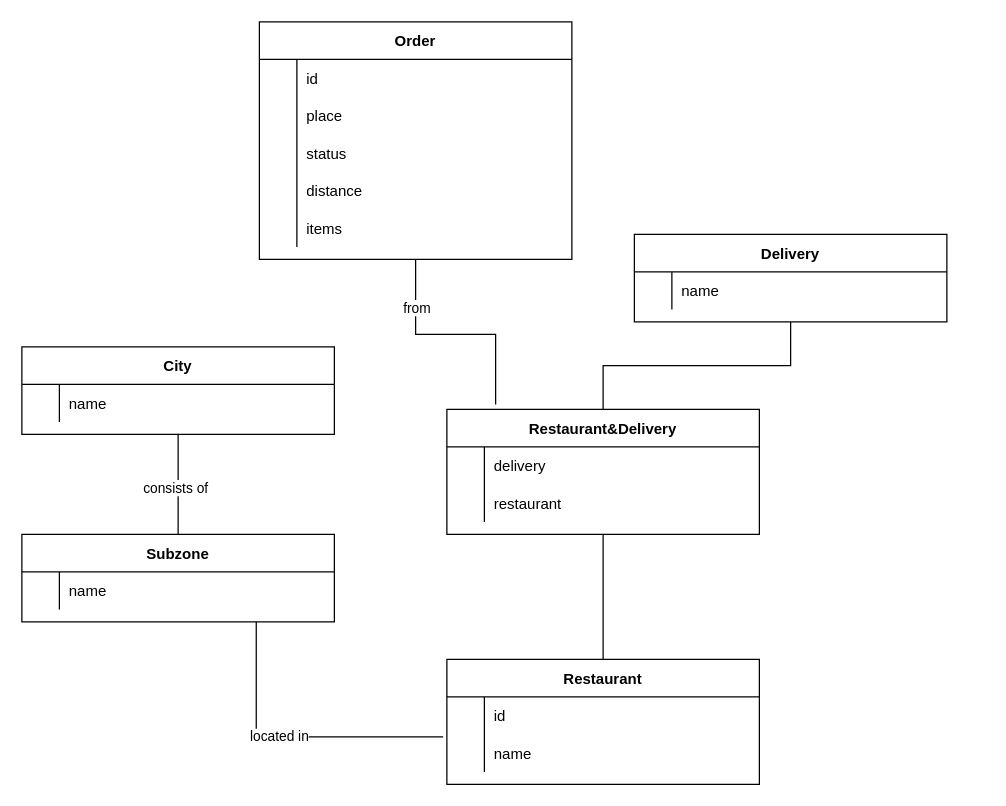
Before: EntityRelationshipDiagram.drawio in kristinakd/kristinakd1, a draw.io diagram. Source tidied: cells renumbered, new cells numbered last; positions are measured from the earlier drawing's top-left corner, leaving out a move shared by most shapes. Both pictures are drawn from the tidied source at 125%, with x=0, y=0 at pixel (21, 21).
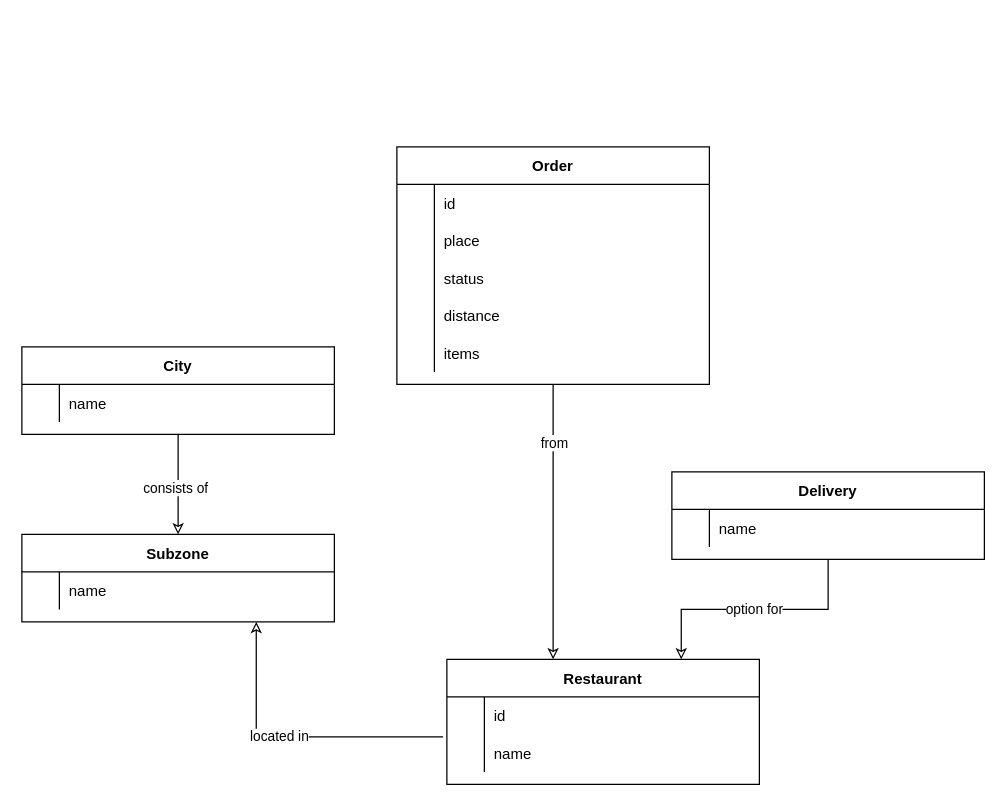
After the change.

The change refers to these unchanged cells:
```xml
<mxCell id="5" value="Restaurant" style="shape=table;startSize=30;childLayout=tableLayout;rowLines=0;fontStyle=1;align=center;" parent="1" vertex="1">
  <mxGeometry x="340" y="510" width="250" height="100" as="geometry" />
</mxCell>
<mxCell id="6" style="shape=partialRectangle;fillColor=none;points=[[0,0.5],[1,0.5]];portConstraint=eastwest;top=0;left=0;right=0;bottom=0;" parent="5" vertex="1">
  <mxGeometry y="30" width="250" height="30" as="geometry" />
</mxCell>
<mxCell id="14" value="City" style="shape=table;startSize=30;childLayout=tableLayout;rowLines=0;fontStyle=1;align=center;" parent="1" vertex="1">
  <mxGeometry y="260" width="250" height="70" as="geometry" />
</mxCell>
<mxCell id="36" value="Subzone" style="shape=table;startSize=30;childLayout=tableLayout;rowLines=0;fontStyle=1;align=center;" parent="1" vertex="1">
  <mxGeometry y="410" width="250" height="70" as="geometry" />
</mxCell>
```

Diff of the diagram source:
```diff
@@
-    <mxCell id="2" style="edgeStyle=orthogonalEdgeStyle;rounded=0;jettySize=auto;html=1;exitX=-0.012;exitY=1.067;exitDx=0;exitDy=0;entryX=0.75;entryY=1;entryDx=0;entryDy=0;endArrow=none;startFill=0;exitPerimeter=0;" parent="1" edge="1" source="6" target="36">
+    <mxCell id="2" style="edgeStyle=orthogonalEdgeStyle;rounded=0;jettySize=auto;html=1;exitX=-0.012;exitY=1.067;exitDx=0;exitDy=0;entryX=0.75;entryY=1;entryDx=0;entryDy=0;endArrow=classic;startFill=0;exitPerimeter=0;startArrow=none;endFill=0;" parent="1" edge="1" source="6" target="36">
       <mxGeometry relative="1" as="geometry">
         <Array as="points">
           <mxPoint x="188" y="572" />
         </Array>
       </mxGeometry>
     </mxCell>
@@
-    <mxCell id="4" style="edgeStyle=orthogonalEdgeStyle;rounded=0;jettySize=auto;html=1;exitX=0.5;exitY=0;exitDx=0;exitDy=0;entryX=0.5;entryY=1;entryDx=0;entryDy=0;endArrow=none;startFill=0;" parent="1" edge="1" source="5" target="45">
-      <mxGeometry relative="1" as="geometry" />
-    </mxCell>
@@
-    <mxCell id="12" style="edgeStyle=orthogonalEdgeStyle;rounded=0;jettySize=auto;html=1;exitX=0.5;exitY=1;exitDx=0;exitDy=0;entryX=0.5;entryY=0;entryDx=0;entryDy=0;endArrow=none;startFill=0;" parent="1" edge="1" source="14" target="36">
+    <mxCell id="12" style="edgeStyle=orthogonalEdgeStyle;rounded=0;jettySize=auto;html=1;exitX=0.5;exitY=1;exitDx=0;exitDy=0;entryX=0.5;entryY=0;entryDx=0;entryDy=0;endArrow=classic;startFill=0;endFill=0;" parent="1" edge="1" source="14" target="36">
       <mxGeometry relative="1" as="geometry" />
     </mxCell>
@@
-    <mxCell id="18" style="edgeStyle=orthogonalEdgeStyle;rounded=0;jettySize=auto;html=1;exitX=0.5;exitY=1;exitDx=0;exitDy=0;entryX=0.156;entryY=-0.04;entryDx=0;entryDy=0;endArrow=none;startFill=0;entryPerimeter=0;" parent="1" edge="1" source="20" target="45">
+    <mxCell id="18" style="edgeStyle=orthogonalEdgeStyle;rounded=0;jettySize=auto;html=1;exitX=0.5;exitY=1;exitDx=0;exitDy=0;entryX=0.34;entryY=0;entryDx=0;entryDy=0;endArrow=classic;startFill=0;entryPerimeter=0;endFill=0;" parent="1" edge="1" source="20" target="5">
       <mxGeometry relative="1" as="geometry" />
     </mxCell>
@@
     <mxCell id="20" value="Order" style="shape=table;startSize=30;childLayout=tableLayout;rowLines=0;fontStyle=1;align=center;" parent="1" vertex="1">
-      <mxGeometry x="190" width="250" height="190" as="geometry" />
+      <mxGeometry x="300" y="100" width="250" height="190" as="geometry" />
     </mxCell>
@@
-    <mxCell id="40" style="edgeStyle=orthogonalEdgeStyle;rounded=0;jettySize=auto;html=1;exitX=0.5;exitY=1;exitDx=0;exitDy=0;entryX=0.5;entryY=0;entryDx=0;entryDy=0;endArrow=none;startFill=0;" parent="1" edge="1" source="41" target="45">
+    <mxCell id="40" value="option for" style="edgeStyle=orthogonalEdgeStyle;rounded=0;jettySize=auto;html=1;exitX=0.5;exitY=1;exitDx=0;exitDy=0;entryX=0.75;entryY=0;entryDx=0;entryDy=0;endArrow=classic;startFill=0;endFill=0;" parent="1" edge="1" source="41" target="5">
       <mxGeometry relative="1" as="geometry" />
     </mxCell>
     <mxCell id="41" value="Delivery" style="shape=table;startSize=30;childLayout=tableLayout;rowLines=0;fontStyle=1;align=center;" parent="1" vertex="1">
-      <mxGeometry x="490" y="170" width="250" height="70" as="geometry" />
+      <mxGeometry x="520" y="360" width="250" height="70" as="geometry" />
     </mxCell>
@@
-    <mxCell id="45" value="Restaurant&amp;Delivery" style="shape=table;startSize=30;childLayout=tableLayout;rowLines=0;fontStyle=1;align=center;" parent="1" vertex="1">
-      <mxGeometry x="340" y="310" width="250" height="100" as="geometry" />
-    </mxCell>
-    <mxCell id="46" style="shape=partialRectangle;fillColor=none;top=0;left=0;right=0;bottom=0;" parent="45" vertex="1">
-      <mxGeometry y="30" width="250" height="30" as="geometry" />
-    </mxCell>
-    <mxCell id="47" style="shape=partialRectangle;overflow=hidden;fillColor=none;top=0;left=0;bottom=0;right=0;" parent="46" vertex="1">
-      <mxGeometry width="30" height="30" as="geometry" />
-    </mxCell>
-    <mxCell id="48" value="delivery" style="shape=partialRectangle;overflow=hidden;fillColor=none;top=0;left=0;bottom=0;right=0;align=left;spacingLeft=6;" parent="46" vertex="1">
-      <mxGeometry x="30" width="220" height="30" as="geometry" />
-    </mxCell>
-    <mxCell id="49" style="shape=partialRectangle;fillColor=none;top=0;left=0;right=0;bottom=0;" parent="45" vertex="1">
-      <mxGeometry y="60" width="250" height="30" as="geometry" />
-    </mxCell>
-    <mxCell id="50" style="shape=partialRectangle;overflow=hidden;fillColor=none;top=0;left=0;bottom=0;right=0;" parent="49" vertex="1">
-      <mxGeometry width="30" height="30" as="geometry" />
-    </mxCell>
-    <mxCell id="51" value="restaurant" style="shape=partialRectangle;overflow=hidden;fillColor=none;top=0;left=0;bottom=0;right=0;align=left;spacingLeft=6;" parent="49" vertex="1">
-      <mxGeometry x="30" width="220" height="30" as="geometry" />
-    </mxCell>
```
